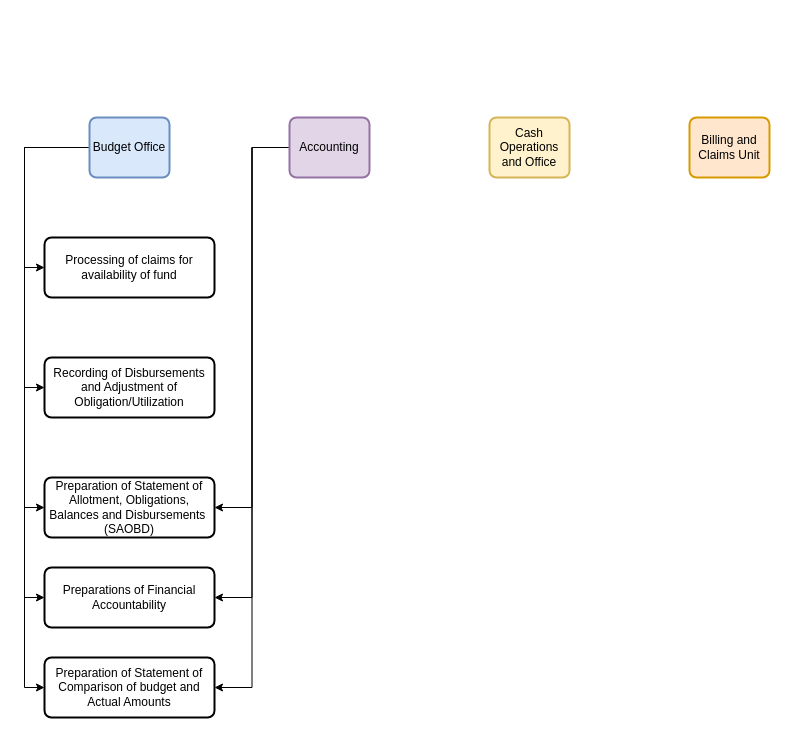
Earlier version of the draw.io diagram Relationships of different departments in Finance.drawio (johnpaul4474/FMO-budget). Source tidied: cells renumbered, new cells numbered last; positions are measured from the earlier drawing's top-left corner, leaving out a move shared by most shapes. Both pictures are drawn from the tidied source at 100%, with x=0, y=0 at pixel (24, 117).
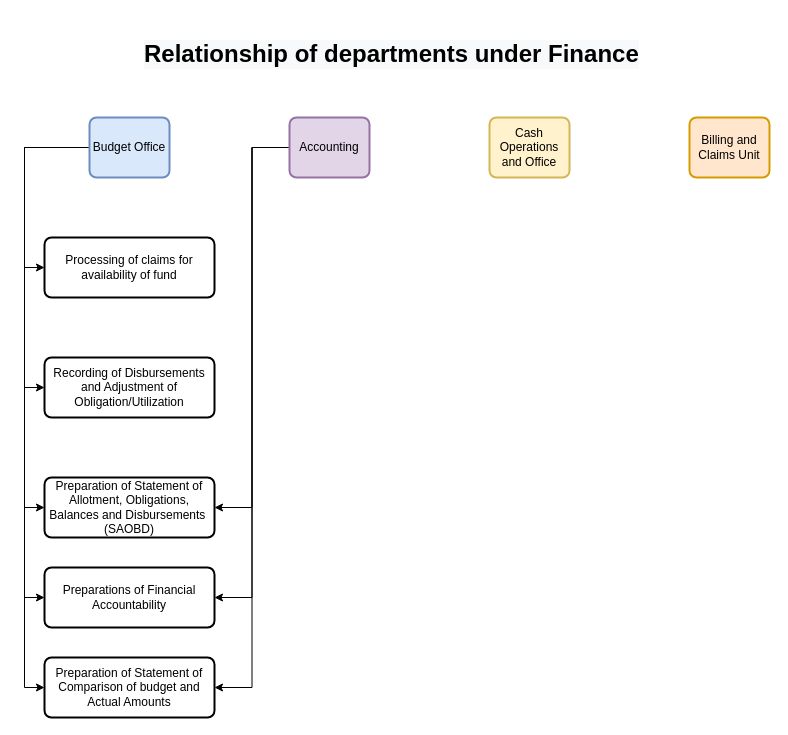
After the change.

The edit, as a diff of the source:
```diff
@@
+    <mxCell id="19" value="&lt;h1 style=&quot;color: rgb(0, 0, 0); font-family: Helvetica; font-style: normal; font-variant-ligatures: normal; font-variant-caps: normal; letter-spacing: normal; orphans: 2; text-align: center; text-indent: 0px; text-transform: none; widows: 2; word-spacing: 0px; -webkit-text-stroke-width: 0px; background-color: rgb(248, 249, 250); text-decoration-thickness: initial; text-decoration-style: initial; text-decoration-color: initial;&quot;&gt;Relationship of departments under Finance&lt;/h1&gt;" style="text;whiteSpace=wrap;html=1;" parent="1" vertex="1">
+      <mxGeometry x="118" y="-100" width="505" height="80" as="geometry" />
+    </mxCell>
```
